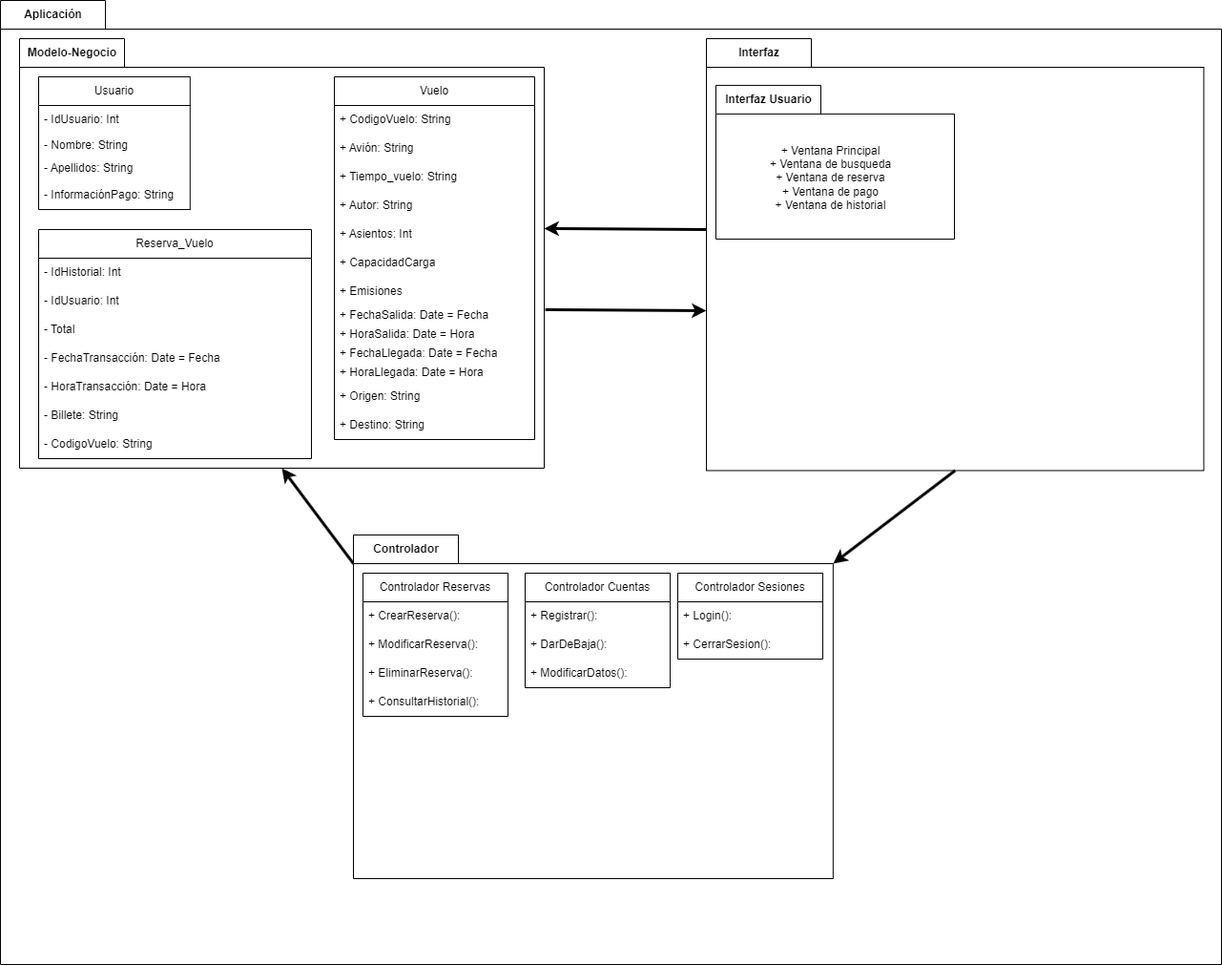
This is diagrama-paquetes/Hospital/diagrama.drawio.png from IsaiasTolP/Tareas_Markdown, a draw.io export, as it was before one commit. Source tidied: cells renumbered, new cells last; positions are measured from the earlier drawing's top-left corner, leaving out a move shared by most shapes.
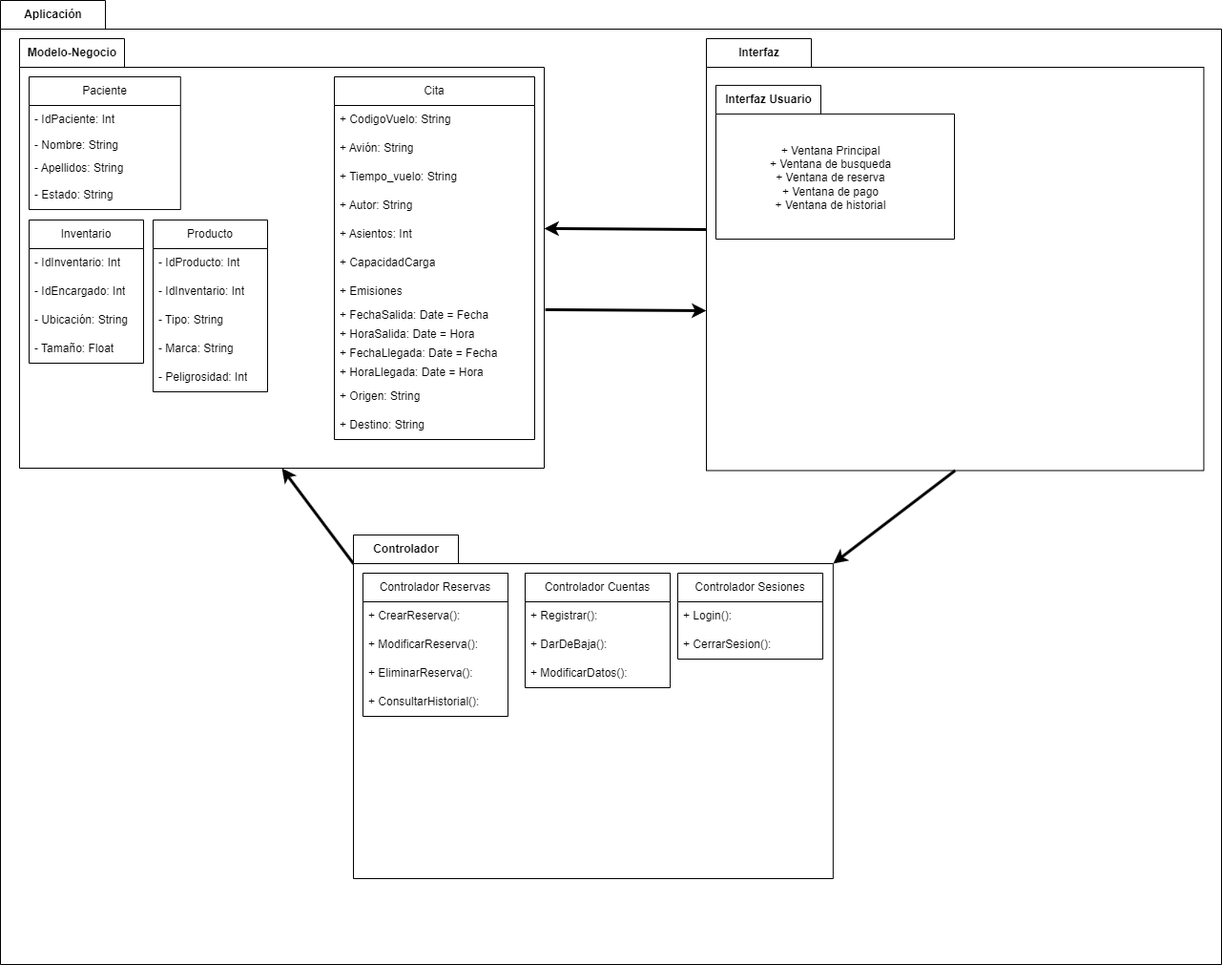
The same diagram one commit later.

The edit, as a diff of the source:
```diff
@@ -90,10 +90,10 @@
         <mxPoint y="30" as="offset" />
       </mxGeometry>
     </mxCell>
-    <mxCell id="28" value="Usuario" style="swimlane;fontStyle=0;horizontal=1;startSize=30;whiteSpace=wrap;html=1;strokeColor=default;" parent="26" vertex="1">
-      <mxGeometry x="20" y="40" width="158.8" height="139" as="geometry" />
+    <mxCell id="28" value="Paciente" style="swimlane;fontStyle=0;horizontal=1;startSize=30;whiteSpace=wrap;html=1;strokeColor=default;" parent="26" vertex="1">
+      <mxGeometry x="10" y="40" width="158.8" height="139" as="geometry" />
     </mxCell>
-    <mxCell id="29" value="- IdUsuario: Int" style="text;strokeColor=none;fillColor=none;align=left;verticalAlign=middle;spacingLeft=4;spacingRight=4;overflow=hidden;whiteSpace=wrap;html=1;" parent="28" vertex="1">
+    <mxCell id="29" value="- IdPaciente: Int" style="text;strokeColor=none;fillColor=none;align=left;verticalAlign=middle;spacingLeft=4;spacingRight=4;overflow=hidden;whiteSpace=wrap;html=1;" parent="28" vertex="1">
       <mxGeometry y="30" width="158.8" height="30" as="geometry" />
     </mxCell>
     <mxCell id="30" value="- Nombre: String" style="text;strokeColor=none;fillColor=none;align=left;verticalAlign=middle;spacingLeft=4;spacingRight=4;overflow=hidden;whiteSpace=wrap;html=1;" parent="28" vertex="1">
@@ -102,10 +102,10 @@
     <mxCell id="31" value="- Apellidos: String" style="text;strokeColor=none;fillColor=none;align=left;verticalAlign=middle;spacingLeft=4;spacingRight=4;overflow=hidden;whiteSpace=wrap;html=1;" parent="28" vertex="1">
       <mxGeometry y="83" width="158.8" height="26" as="geometry" />
     </mxCell>
-    <mxCell id="32" value="- InformaciónPago: String" style="text;strokeColor=none;fillColor=none;align=left;verticalAlign=middle;spacingLeft=4;spacingRight=4;overflow=hidden;whiteSpace=wrap;html=1;" parent="28" vertex="1">
+    <mxCell id="32" value="- Estado: String" style="text;strokeColor=none;fillColor=none;align=left;verticalAlign=middle;spacingLeft=4;spacingRight=4;overflow=hidden;whiteSpace=wrap;html=1;" parent="28" vertex="1">
       <mxGeometry y="109" width="158.8" height="30" as="geometry" />
     </mxCell>
-    <mxCell id="33" value="Vuelo" style="swimlane;fontStyle=0;horizontal=1;startSize=30;whiteSpace=wrap;html=1;strokeColor=default;" parent="26" vertex="1">
+    <mxCell id="33" value="Cita" style="swimlane;fontStyle=0;horizontal=1;startSize=30;whiteSpace=wrap;html=1;strokeColor=default;" parent="26" vertex="1">
       <mxGeometry x="330" y="40" width="210" height="380" as="geometry" />
     </mxCell>
     <mxCell id="34" value="+ CodigoVuelo: String" style="text;strokeColor=none;fillColor=none;align=left;verticalAlign=middle;spacingLeft=4;spacingRight=4;overflow=hidden;whiteSpace=wrap;html=1;" parent="33" vertex="1">
@@ -147,29 +147,38 @@
     <mxCell id="46" value="+ Destino: String" style="text;strokeColor=none;fillColor=none;align=left;verticalAlign=middle;spacingLeft=4;spacingRight=4;overflow=hidden;whiteSpace=wrap;html=1;" parent="33" vertex="1">
       <mxGeometry y="350" width="210" height="30" as="geometry" />
     </mxCell>
-    <mxCell id="47" value="Reserva_Vuelo" style="swimlane;fontStyle=0;horizontal=1;startSize=30;whiteSpace=wrap;html=1;strokeColor=default;" parent="26" vertex="1">
-      <mxGeometry x="20" y="200" width="286" height="240" as="geometry" />
+    <mxCell id="47" value="Inventario" style="swimlane;fontStyle=0;horizontal=1;startSize=30;whiteSpace=wrap;html=1;strokeColor=default;" parent="26" vertex="1">
+      <mxGeometry x="10" y="190" width="120" height="150" as="geometry" />
     </mxCell>
-    <mxCell id="48" value="- IdHistorial: Int" style="text;strokeColor=none;fillColor=none;align=left;verticalAlign=middle;spacingLeft=4;spacingRight=4;overflow=hidden;whiteSpace=wrap;html=1;" parent="47" vertex="1">
-      <mxGeometry y="30" width="286" height="30" as="geometry" />
+    <mxCell id="48" value="- IdInventario: Int" style="text;strokeColor=none;fillColor=none;align=left;verticalAlign=middle;spacingLeft=4;spacingRight=4;overflow=hidden;whiteSpace=wrap;html=1;" parent="47" vertex="1">
+      <mxGeometry y="30" width="120" height="30" as="geometry" />
     </mxCell>
-    <mxCell id="49" value="- IdUsuario: Int" style="text;strokeColor=none;fillColor=none;align=left;verticalAlign=middle;spacingLeft=4;spacingRight=4;overflow=hidden;whiteSpace=wrap;html=1;" parent="47" vertex="1">
-      <mxGeometry y="60" width="286" height="30" as="geometry" />
+    <mxCell id="49" value="- IdEncargado: Int" style="text;strokeColor=none;fillColor=none;align=left;verticalAlign=middle;spacingLeft=4;spacingRight=4;overflow=hidden;whiteSpace=wrap;html=1;" parent="47" vertex="1">
+      <mxGeometry y="60" width="120" height="30" as="geometry" />
     </mxCell>
-    <mxCell id="50" value="- Total" style="text;strokeColor=none;fillColor=none;align=left;verticalAlign=middle;spacingLeft=4;spacingRight=4;overflow=hidden;whiteSpace=wrap;html=1;" parent="47" vertex="1">
-      <mxGeometry y="90" width="286" height="30" as="geometry" />
+    <mxCell id="50" value="- Ubicación: String" style="text;strokeColor=none;fillColor=none;align=left;verticalAlign=middle;spacingLeft=4;spacingRight=4;overflow=hidden;whiteSpace=wrap;html=1;" parent="47" vertex="1">
+      <mxGeometry y="90" width="120" height="30" as="geometry" />
     </mxCell>
-    <mxCell id="51" value="- FechaTransacción: Date = Fecha" style="text;strokeColor=none;fillColor=none;align=left;verticalAlign=middle;spacingLeft=4;spacingRight=4;overflow=hidden;whiteSpace=wrap;html=1;" parent="47" vertex="1">
-      <mxGeometry y="120" width="286" height="30" as="geometry" />
+    <mxCell id="51" value="- Tamaño: Float" style="text;strokeColor=none;fillColor=none;align=left;verticalAlign=middle;spacingLeft=4;spacingRight=4;overflow=hidden;whiteSpace=wrap;html=1;" parent="47" vertex="1">
+      <mxGeometry y="120" width="120" height="30" as="geometry" />
     </mxCell>
-    <mxCell id="52" value="- HoraTransacción: Date = Hora" style="text;strokeColor=none;fillColor=none;align=left;verticalAlign=middle;spacingLeft=4;spacingRight=4;overflow=hidden;whiteSpace=wrap;html=1;" parent="47" vertex="1">
-      <mxGeometry y="150" width="286" height="30" as="geometry" />
-    </mxCell>
-    <mxCell id="53" value="- Billete: String" style="text;strokeColor=none;fillColor=none;align=left;verticalAlign=middle;spacingLeft=4;spacingRight=4;overflow=hidden;whiteSpace=wrap;html=1;" parent="47" vertex="1">
-      <mxGeometry y="180" width="286" height="30" as="geometry" />
-    </mxCell>
-    <mxCell id="54" value="- CodigoVuelo: String" style="text;strokeColor=none;fillColor=none;align=left;verticalAlign=middle;spacingLeft=4;spacingRight=4;overflow=hidden;whiteSpace=wrap;html=1;" parent="47" vertex="1">
-      <mxGeometry y="210" width="286" height="30" as="geometry" />
-    </mxCell>
+    <mxCell id="55" value="Producto" style="swimlane;fontStyle=0;horizontal=1;startSize=30;whiteSpace=wrap;html=1;strokeColor=default;" parent="26" vertex="1">
+      <mxGeometry x="140" y="190" width="120" height="180" as="geometry" />
+    </mxCell>
+    <mxCell id="56" value="- IdProducto: Int" style="text;strokeColor=none;fillColor=none;align=left;verticalAlign=middle;spacingLeft=4;spacingRight=4;overflow=hidden;whiteSpace=wrap;html=1;" parent="55" vertex="1">
+      <mxGeometry y="30" width="120" height="30" as="geometry" />
+    </mxCell>
+    <mxCell id="57" value="- IdInventario: Int" style="text;strokeColor=none;fillColor=none;align=left;verticalAlign=middle;spacingLeft=4;spacingRight=4;overflow=hidden;whiteSpace=wrap;html=1;" parent="55" vertex="1">
+      <mxGeometry y="60" width="120" height="30" as="geometry" />
+    </mxCell>
+    <mxCell id="58" value="- Tipo: String" style="text;strokeColor=none;fillColor=none;align=left;verticalAlign=middle;spacingLeft=4;spacingRight=4;overflow=hidden;whiteSpace=wrap;html=1;" parent="55" vertex="1">
+      <mxGeometry y="90" width="120" height="30" as="geometry" />
+    </mxCell>
+    <mxCell id="59" value="- Marca: String" style="text;strokeColor=none;fillColor=none;align=left;verticalAlign=middle;spacingLeft=4;spacingRight=4;overflow=hidden;whiteSpace=wrap;html=1;" parent="55" vertex="1">
+      <mxGeometry y="120" width="120" height="30" as="geometry" />
+    </mxCell>
+    <mxCell id="60" value="- Peligrosidad: Int" style="text;strokeColor=none;fillColor=none;align=left;verticalAlign=middle;spacingLeft=4;spacingRight=4;overflow=hidden;whiteSpace=wrap;html=1;" parent="55" vertex="1">
+      <mxGeometry y="150" width="120" height="30" as="geometry" />
+    </mxCell>
   </root>
 </mxGraphModel>
```
